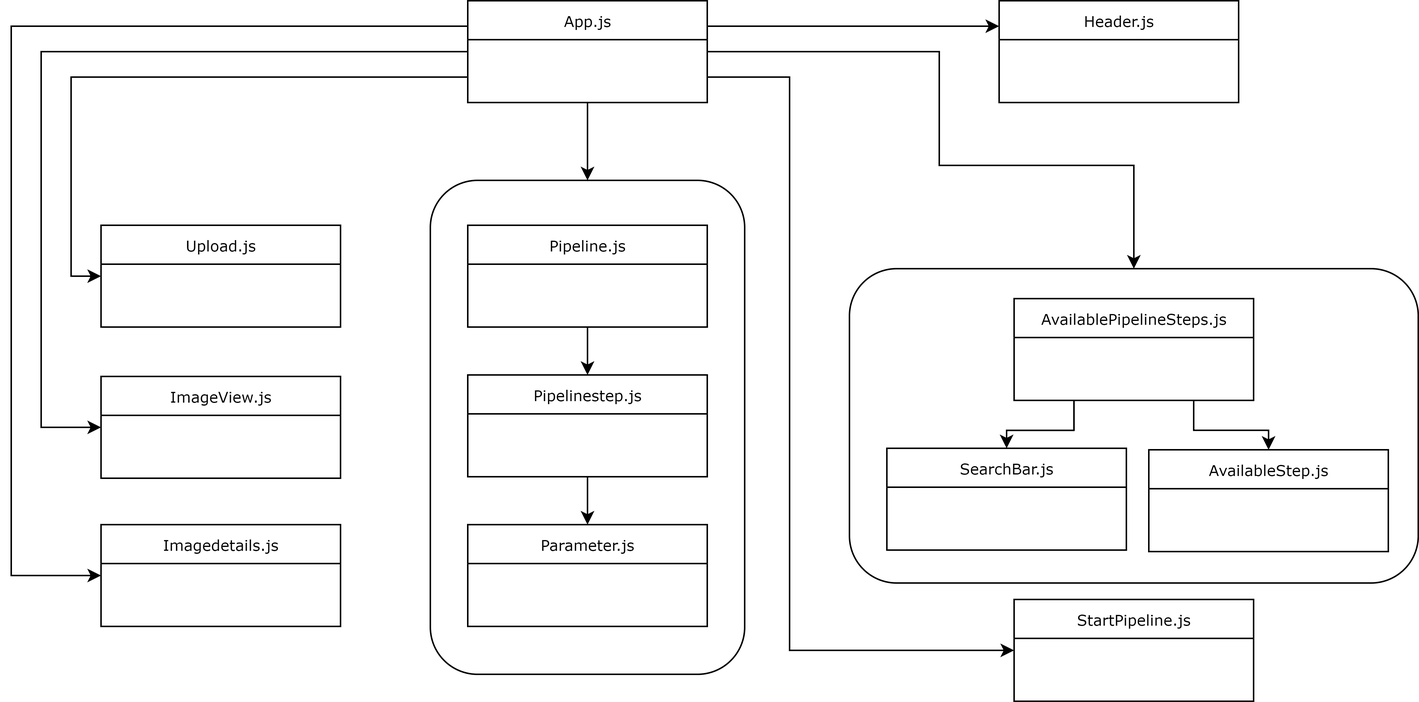
The draw.io diagram sys-doc/tech_rep/Bilder/FrontendBDCC.drawio.png in cyberlytics/CompVisPipeline, before a commit. Source tidied: cells renumbered, new cells last; positions are measured from the earlier drawing's top-left corner, leaving out a move shared by most shapes. Its diagram source:
```xml
<mxGraphModel>
  <root>
    <mxCell id="0" />
    <mxCell id="1" parent="0" />
    <mxCell id="2" style="edgeStyle=orthogonalEdgeStyle;rounded=0;jettySize=auto;html=1;exitX=1;exitY=0.25;exitDx=0;exitDy=0;entryX=0;entryY=0.25;entryDx=0;entryDy=0;" parent="1" edge="1" source="9" target="10">
      <mxGeometry relative="1" as="geometry" />
    </mxCell>
    <mxCell id="3" style="edgeStyle=orthogonalEdgeStyle;rounded=0;jettySize=auto;html=1;exitX=0;exitY=0.75;exitDx=0;exitDy=0;entryX=0;entryY=0.5;entryDx=0;entryDy=0;" parent="1" edge="1" source="9" target="11">
      <mxGeometry relative="1" as="geometry" />
    </mxCell>
    <mxCell id="4" style="edgeStyle=orthogonalEdgeStyle;rounded=0;jettySize=auto;html=1;exitX=0;exitY=0.5;exitDx=0;exitDy=0;entryX=0;entryY=0.5;entryDx=0;entryDy=0;" parent="1" edge="1" source="9" target="13">
      <mxGeometry relative="1" as="geometry">
        <Array as="points">
          <mxPoint x="20" y="34" />
          <mxPoint x="20" y="285" />
        </Array>
      </mxGeometry>
    </mxCell>
    <mxCell id="5" style="edgeStyle=orthogonalEdgeStyle;rounded=0;jettySize=auto;html=1;exitX=0;exitY=0.25;exitDx=0;exitDy=0;entryX=0;entryY=0.5;entryDx=0;entryDy=0;" parent="1" edge="1" source="9" target="12">
      <mxGeometry relative="1" as="geometry">
        <Array as="points">
          <mxPoint y="17" />
          <mxPoint y="384" />
        </Array>
      </mxGeometry>
    </mxCell>
    <mxCell id="6" style="edgeStyle=orthogonalEdgeStyle;rounded=0;jettySize=auto;html=1;exitX=0.5;exitY=1;exitDx=0;exitDy=0;entryX=0.5;entryY=0;entryDx=0;entryDy=0;" parent="1" edge="1" source="9" target="14">
      <mxGeometry relative="1" as="geometry" />
    </mxCell>
    <mxCell id="7" style="edgeStyle=orthogonalEdgeStyle;rounded=0;jettySize=auto;html=1;exitX=1;exitY=0.5;exitDx=0;exitDy=0;entryX=0.5;entryY=0;entryDx=0;entryDy=0;" parent="1" edge="1" source="9" target="21">
      <mxGeometry relative="1" as="geometry">
        <Array as="points">
          <mxPoint x="620" y="34" />
          <mxPoint x="620" y="110" />
          <mxPoint x="750" y="110" />
        </Array>
      </mxGeometry>
    </mxCell>
    <mxCell id="8" style="edgeStyle=orthogonalEdgeStyle;rounded=0;jettySize=auto;html=1;exitX=1;exitY=0.75;exitDx=0;exitDy=0;entryX=0;entryY=0.5;entryDx=0;entryDy=0;" parent="1" edge="1" source="9" target="20">
      <mxGeometry relative="1" as="geometry">
        <Array as="points">
          <mxPoint x="520" y="51" />
          <mxPoint x="520" y="434" />
        </Array>
      </mxGeometry>
    </mxCell>
    <mxCell id="9" value="App.js" style="swimlane;html=1;fontStyle=0;horizontal=1;startSize=26;fillColor=none;swimlaneFillColor=#ffffff;rounded=0;shadow=0;comic=0;labelBackgroundColor=none;strokeWidth=1;fontFamily=Verdana;fontSize=10;align=center;" parent="1" vertex="1">
      <mxGeometry x="305" width="160" height="68" as="geometry" />
    </mxCell>
    <mxCell id="10" value="Header.js" style="swimlane;html=1;fontStyle=0;horizontal=1;startSize=26;fillColor=none;swimlaneFillColor=#ffffff;rounded=0;shadow=0;comic=0;labelBackgroundColor=none;strokeWidth=1;fontFamily=Verdana;fontSize=10;align=center;" parent="1" vertex="1">
      <mxGeometry x="660" width="160" height="68" as="geometry" />
    </mxCell>
    <mxCell id="11" value="Upload.js" style="swimlane;html=1;fontStyle=0;horizontal=1;startSize=26;fillColor=none;swimlaneFillColor=#ffffff;rounded=0;shadow=0;comic=0;labelBackgroundColor=none;strokeWidth=1;fontFamily=Verdana;fontSize=10;align=center;" parent="1" vertex="1">
      <mxGeometry x="60" y="150" width="160" height="68" as="geometry" />
    </mxCell>
    <mxCell id="12" value="Imagedetails.js" style="swimlane;html=1;fontStyle=0;horizontal=1;startSize=26;fillColor=none;swimlaneFillColor=#ffffff;rounded=0;shadow=0;comic=0;labelBackgroundColor=none;strokeWidth=1;fontFamily=Verdana;fontSize=10;align=center;" parent="1" vertex="1">
      <mxGeometry x="60" y="350" width="160" height="68" as="geometry" />
    </mxCell>
    <mxCell id="13" value="ImageView.js" style="swimlane;html=1;fontStyle=0;horizontal=1;startSize=26;fillColor=none;swimlaneFillColor=#ffffff;rounded=0;shadow=0;comic=0;labelBackgroundColor=none;strokeWidth=1;fontFamily=Verdana;fontSize=10;align=center;" parent="1" vertex="1">
      <mxGeometry x="60" y="251" width="160" height="68" as="geometry" />
    </mxCell>
    <mxCell id="14" style="rounded=1;whiteSpace=wrap;html=1;" parent="1" vertex="1">
      <mxGeometry x="280" y="120" width="210" height="330" as="geometry" />
    </mxCell>
    <mxCell id="15" style="edgeStyle=orthogonalEdgeStyle;rounded=0;jettySize=auto;html=1;exitX=0.5;exitY=1;exitDx=0;exitDy=0;entryX=0.5;entryY=0;entryDx=0;entryDy=0;" parent="1" edge="1" source="16" target="19">
      <mxGeometry relative="1" as="geometry" />
    </mxCell>
    <mxCell id="16" value="Pipeline.js" style="swimlane;html=1;fontStyle=0;horizontal=1;startSize=26;fillColor=none;swimlaneFillColor=#ffffff;rounded=0;shadow=0;comic=0;labelBackgroundColor=none;strokeWidth=1;fontFamily=Verdana;fontSize=10;align=center;" parent="1" vertex="1">
      <mxGeometry x="305" y="150" width="160" height="68" as="geometry" />
    </mxCell>
    <mxCell id="17" value="Parameter.js" style="swimlane;html=1;fontStyle=0;horizontal=1;startSize=26;fillColor=none;swimlaneFillColor=#ffffff;rounded=0;shadow=0;comic=0;labelBackgroundColor=none;strokeWidth=1;fontFamily=Verdana;fontSize=10;align=center;" parent="1" vertex="1">
      <mxGeometry x="305" y="350" width="160" height="68" as="geometry" />
    </mxCell>
    <mxCell id="18" style="edgeStyle=orthogonalEdgeStyle;rounded=0;jettySize=auto;html=1;exitX=0.5;exitY=1;exitDx=0;exitDy=0;entryX=0.5;entryY=0;entryDx=0;entryDy=0;" parent="1" edge="1" source="19" target="17">
      <mxGeometry relative="1" as="geometry" />
    </mxCell>
    <mxCell id="19" value="Pipelinestep.js" style="swimlane;html=1;fontStyle=0;horizontal=1;startSize=26;fillColor=none;swimlaneFillColor=#ffffff;rounded=0;shadow=0;comic=0;labelBackgroundColor=none;strokeWidth=1;fontFamily=Verdana;fontSize=10;align=center;" parent="1" vertex="1">
      <mxGeometry x="305" y="250" width="160" height="68" as="geometry" />
    </mxCell>
    <mxCell id="20" value="StartPipeline.js" style="swimlane;html=1;fontStyle=0;horizontal=1;startSize=26;fillColor=none;swimlaneFillColor=#ffffff;rounded=0;shadow=0;comic=0;labelBackgroundColor=none;strokeWidth=1;fontFamily=Verdana;fontSize=10;align=center;" parent="1" vertex="1">
      <mxGeometry x="670" y="400" width="160" height="68" as="geometry" />
    </mxCell>
    <mxCell id="21" style="rounded=1;whiteSpace=wrap;html=1;" parent="1" vertex="1">
      <mxGeometry x="560" y="179" width="380" height="210" as="geometry" />
    </mxCell>
    <mxCell id="22" style="edgeStyle=orthogonalEdgeStyle;rounded=0;jettySize=auto;html=1;exitX=0.25;exitY=1;exitDx=0;exitDy=0;entryX=0.5;entryY=0;entryDx=0;entryDy=0;" parent="1" edge="1" source="24" target="26">
      <mxGeometry relative="1" as="geometry" />
    </mxCell>
    <mxCell id="23" style="edgeStyle=orthogonalEdgeStyle;rounded=0;jettySize=auto;html=1;exitX=0.75;exitY=1;exitDx=0;exitDy=0;entryX=0.5;entryY=0;entryDx=0;entryDy=0;" parent="1" edge="1" source="24" target="25">
      <mxGeometry relative="1" as="geometry" />
    </mxCell>
    <mxCell id="24" value="AvailablePipelineSteps.js" style="swimlane;html=1;fontStyle=0;horizontal=1;startSize=26;fillColor=none;swimlaneFillColor=#ffffff;rounded=0;shadow=0;comic=0;labelBackgroundColor=none;strokeWidth=1;fontFamily=Verdana;fontSize=10;align=center;" parent="1" vertex="1">
      <mxGeometry x="670" y="199" width="160" height="68" as="geometry" />
    </mxCell>
    <mxCell id="25" value="AvailableStep.js" style="swimlane;html=1;fontStyle=0;horizontal=1;startSize=26;fillColor=none;swimlaneFillColor=#ffffff;rounded=0;shadow=0;comic=0;labelBackgroundColor=none;strokeWidth=1;fontFamily=Verdana;fontSize=10;align=center;" parent="1" vertex="1">
      <mxGeometry x="760" y="300" width="160" height="68" as="geometry" />
    </mxCell>
    <mxCell id="26" value="SearchBar.js" style="swimlane;html=1;fontStyle=0;horizontal=1;startSize=26;fillColor=none;swimlaneFillColor=#ffffff;rounded=0;shadow=0;comic=0;labelBackgroundColor=none;strokeWidth=1;fontFamily=Verdana;fontSize=10;align=center;" parent="1" vertex="1">
      <mxGeometry x="585" y="299" width="160" height="68" as="geometry" />
    </mxCell>
  </root>
</mxGraphModel>
```
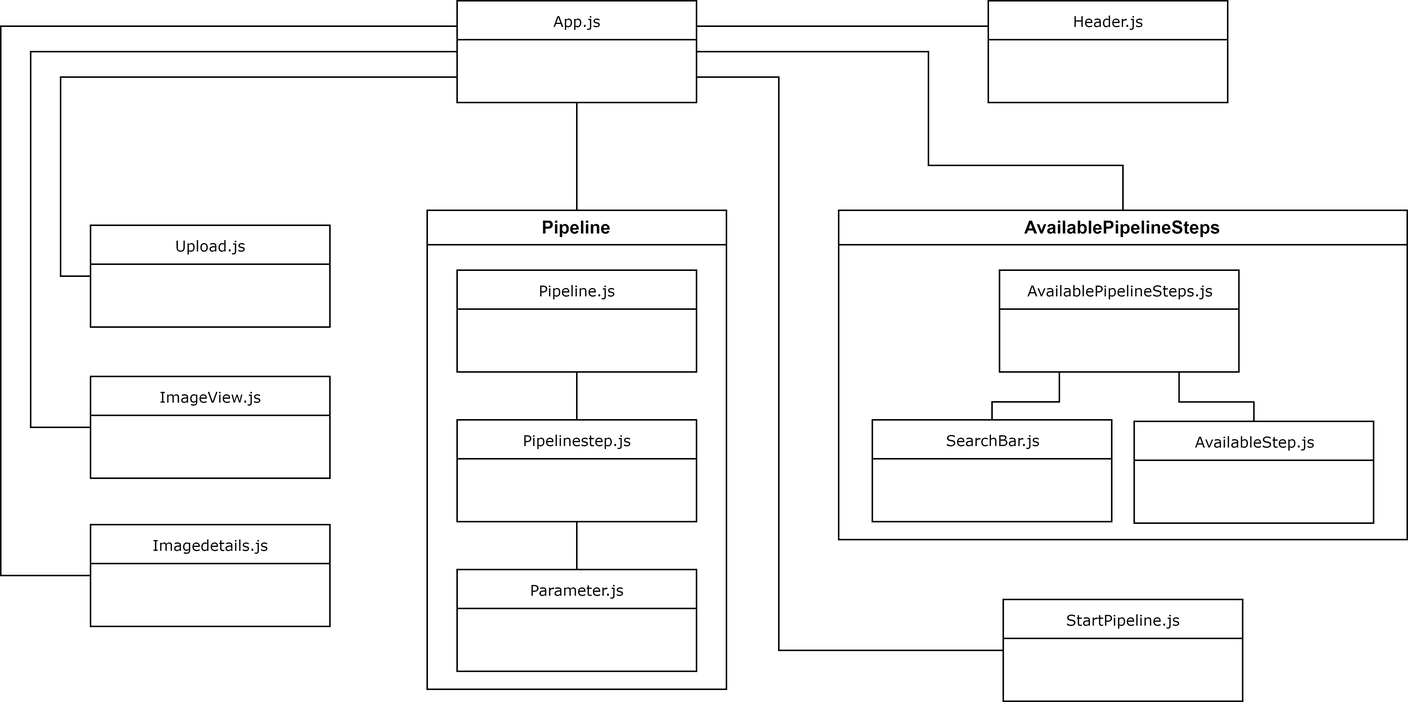
After the commit.

Commit message:
frontend diagramm ueberarbeitet

Diff of the diagram source:
```diff
@@ -2,13 +2,13 @@
   <root>
     <mxCell id="0" />
     <mxCell id="1" parent="0" />
-    <mxCell id="2" style="edgeStyle=orthogonalEdgeStyle;rounded=0;jettySize=auto;html=1;exitX=1;exitY=0.25;exitDx=0;exitDy=0;entryX=0;entryY=0.25;entryDx=0;entryDy=0;" parent="1" edge="1" source="9" target="10">
+    <mxCell id="2" style="edgeStyle=orthogonalEdgeStyle;rounded=0;jettySize=auto;html=1;exitX=1;exitY=0.25;exitDx=0;exitDy=0;entryX=0;entryY=0.25;entryDx=0;entryDy=0;endArrow=none;endFill=0;" parent="1" edge="1" source="9" target="10">
       <mxGeometry relative="1" as="geometry" />
     </mxCell>
-    <mxCell id="3" style="edgeStyle=orthogonalEdgeStyle;rounded=0;jettySize=auto;html=1;exitX=0;exitY=0.75;exitDx=0;exitDy=0;entryX=0;entryY=0.5;entryDx=0;entryDy=0;" parent="1" edge="1" source="9" target="11">
+    <mxCell id="3" style="edgeStyle=orthogonalEdgeStyle;rounded=0;jettySize=auto;html=1;exitX=0;exitY=0.75;exitDx=0;exitDy=0;entryX=0;entryY=0.5;entryDx=0;entryDy=0;endArrow=none;endFill=0;" parent="1" edge="1" source="9" target="11">
       <mxGeometry relative="1" as="geometry" />
     </mxCell>
-    <mxCell id="4" style="edgeStyle=orthogonalEdgeStyle;rounded=0;jettySize=auto;html=1;exitX=0;exitY=0.5;exitDx=0;exitDy=0;entryX=0;entryY=0.5;entryDx=0;entryDy=0;" parent="1" edge="1" source="9" target="13">
+    <mxCell id="4" style="edgeStyle=orthogonalEdgeStyle;rounded=0;jettySize=auto;html=1;exitX=0;exitY=0.5;exitDx=0;exitDy=0;entryX=0;entryY=0.5;entryDx=0;entryDy=0;endArrow=none;endFill=0;" parent="1" edge="1" source="9" target="13">
       <mxGeometry relative="1" as="geometry">
         <Array as="points">
           <mxPoint x="20" y="34" />
@@ -16,7 +16,7 @@
         </Array>
       </mxGeometry>
     </mxCell>
-    <mxCell id="5" style="edgeStyle=orthogonalEdgeStyle;rounded=0;jettySize=auto;html=1;exitX=0;exitY=0.25;exitDx=0;exitDy=0;entryX=0;entryY=0.5;entryDx=0;entryDy=0;" parent="1" edge="1" source="9" target="12">
+    <mxCell id="5" style="edgeStyle=orthogonalEdgeStyle;rounded=0;jettySize=auto;html=1;exitX=0;exitY=0.25;exitDx=0;exitDy=0;entryX=0;entryY=0.5;entryDx=0;entryDy=0;endArrow=none;endFill=0;" parent="1" edge="1" source="9" target="12">
       <mxGeometry relative="1" as="geometry">
         <Array as="points">
           <mxPoint y="17" />
@@ -24,11 +24,12 @@
         </Array>
       </mxGeometry>
     </mxCell>
-    <mxCell id="6" style="edgeStyle=orthogonalEdgeStyle;rounded=0;jettySize=auto;html=1;exitX=0.5;exitY=1;exitDx=0;exitDy=0;entryX=0.5;entryY=0;entryDx=0;entryDy=0;" parent="1" edge="1" source="9" target="14">
+    <mxCell id="6" style="edgeStyle=orthogonalEdgeStyle;rounded=0;jettySize=auto;html=1;exitX=0.5;exitY=1;exitDx=0;exitDy=0;entryX=0.5;entryY=0;entryDx=0;entryDy=0;endArrow=none;endFill=0;" parent="1" edge="1" source="9" target="27">
       <mxGeometry relative="1" as="geometry" />
     </mxCell>
-    <mxCell id="7" style="edgeStyle=orthogonalEdgeStyle;rounded=0;jettySize=auto;html=1;exitX=1;exitY=0.5;exitDx=0;exitDy=0;entryX=0.5;entryY=0;entryDx=0;entryDy=0;" parent="1" edge="1" source="9" target="21">
+    <mxCell id="7" style="edgeStyle=orthogonalEdgeStyle;rounded=0;jettySize=auto;html=1;exitX=1;exitY=0.5;exitDx=0;exitDy=0;endArrow=none;endFill=0;" parent="1" edge="1" source="9">
       <mxGeometry relative="1" as="geometry">
+        <mxPoint x="750" y="140" as="targetPoint" />
         <Array as="points">
           <mxPoint x="620" y="34" />
           <mxPoint x="620" y="110" />
@@ -36,7 +37,7 @@
         </Array>
       </mxGeometry>
     </mxCell>
-    <mxCell id="8" style="edgeStyle=orthogonalEdgeStyle;rounded=0;jettySize=auto;html=1;exitX=1;exitY=0.75;exitDx=0;exitDy=0;entryX=0;entryY=0.5;entryDx=0;entryDy=0;" parent="1" edge="1" source="9" target="20">
+    <mxCell id="8" style="edgeStyle=orthogonalEdgeStyle;rounded=0;jettySize=auto;html=1;exitX=1;exitY=0.75;exitDx=0;exitDy=0;entryX=0;entryY=0.5;entryDx=0;entryDy=0;endArrow=none;endFill=0;" parent="1" edge="1" source="9" target="20">
       <mxGeometry relative="1" as="geometry">
         <Array as="points">
           <mxPoint x="520" y="51" />
@@ -59,44 +60,49 @@
     <mxCell id="13" value="ImageView.js" style="swimlane;html=1;fontStyle=0;horizontal=1;startSize=26;fillColor=none;swimlaneFillColor=#ffffff;rounded=0;shadow=0;comic=0;labelBackgroundColor=none;strokeWidth=1;fontFamily=Verdana;fontSize=10;align=center;" parent="1" vertex="1">
       <mxGeometry x="60" y="251" width="160" height="68" as="geometry" />
     </mxCell>
-    <mxCell id="14" style="rounded=1;whiteSpace=wrap;html=1;" parent="1" vertex="1">
-      <mxGeometry x="280" y="120" width="210" height="330" as="geometry" />
-    </mxCell>
-    <mxCell id="15" style="edgeStyle=orthogonalEdgeStyle;rounded=0;jettySize=auto;html=1;exitX=0.5;exitY=1;exitDx=0;exitDy=0;entryX=0.5;entryY=0;entryDx=0;entryDy=0;" parent="1" edge="1" source="16" target="19">
-      <mxGeometry relative="1" as="geometry" />
-    </mxCell>
+    <mxCell id="20" value="StartPipeline.js" style="swimlane;html=1;fontStyle=0;horizontal=1;startSize=26;fillColor=none;swimlaneFillColor=#ffffff;rounded=0;shadow=0;comic=0;labelBackgroundColor=none;strokeWidth=1;fontFamily=Verdana;fontSize=10;align=center;" parent="1" vertex="1">
+      <mxGeometry x="670" y="400" width="160" height="68" as="geometry" />
+    </mxCell>
+    <mxCell id="27" value="Pipeline" style="swimlane;whiteSpace=wrap;html=1;startSize=23;" parent="1" vertex="1">
+      <mxGeometry x="285" y="140" width="200" height="320" as="geometry" />
+    </mxCell>
-    <mxCell id="16" value="Pipeline.js" style="swimlane;html=1;fontStyle=0;horizontal=1;startSize=26;fillColor=none;swimlaneFillColor=#ffffff;rounded=0;shadow=0;comic=0;labelBackgroundColor=none;strokeWidth=1;fontFamily=Verdana;fontSize=10;align=center;" parent="1" vertex="1">
-      <mxGeometry x="305" y="150" width="160" height="68" as="geometry" />
+    <mxCell id="16" value="Pipeline.js" style="swimlane;html=1;fontStyle=0;horizontal=1;startSize=26;fillColor=none;swimlaneFillColor=#ffffff;rounded=0;shadow=0;comic=0;labelBackgroundColor=none;strokeWidth=1;fontFamily=Verdana;fontSize=10;align=center;" parent="27" vertex="1">
+      <mxGeometry x="20" y="40" width="160" height="68" as="geometry" />
     </mxCell>
-    <mxCell id="17" value="Parameter.js" style="swimlane;html=1;fontStyle=0;horizontal=1;startSize=26;fillColor=none;swimlaneFillColor=#ffffff;rounded=0;shadow=0;comic=0;labelBackgroundColor=none;strokeWidth=1;fontFamily=Verdana;fontSize=10;align=center;" parent="1" vertex="1">
-      <mxGeometry x="305" y="350" width="160" height="68" as="geometry" />
+    <mxCell id="17" value="Parameter.js" style="swimlane;html=1;fontStyle=0;horizontal=1;startSize=26;fillColor=none;swimlaneFillColor=#ffffff;rounded=0;shadow=0;comic=0;labelBackgroundColor=none;strokeWidth=1;fontFamily=Verdana;fontSize=10;align=center;" parent="27" vertex="1">
+      <mxGeometry x="20" y="240" width="160" height="68" as="geometry" />
     </mxCell>
-    <mxCell id="18" style="edgeStyle=orthogonalEdgeStyle;rounded=0;jettySize=auto;html=1;exitX=0.5;exitY=1;exitDx=0;exitDy=0;entryX=0.5;entryY=0;entryDx=0;entryDy=0;" parent="1" edge="1" source="19" target="17">
+    <mxCell id="18" style="edgeStyle=orthogonalEdgeStyle;rounded=0;jettySize=auto;html=1;exitX=0.5;exitY=1;exitDx=0;exitDy=0;entryX=0.5;entryY=0;entryDx=0;entryDy=0;endArrow=none;endFill=0;" parent="27" edge="1" source="19" target="17">
       <mxGeometry relative="1" as="geometry" />
     </mxCell>
-    <mxCell id="19" value="Pipelinestep.js" style="swimlane;html=1;fontStyle=0;horizontal=1;startSize=26;fillColor=none;swimlaneFillColor=#ffffff;rounded=0;shadow=0;comic=0;labelBackgroundColor=none;strokeWidth=1;fontFamily=Verdana;fontSize=10;align=center;" parent="1" vertex="1">
-      <mxGeometry x="305" y="250" width="160" height="68" as="geometry" />
+    <mxCell id="19" value="Pipelinestep.js" style="swimlane;html=1;fontStyle=0;horizontal=1;startSize=26;fillColor=none;swimlaneFillColor=#ffffff;rounded=0;shadow=0;comic=0;labelBackgroundColor=none;strokeWidth=1;fontFamily=Verdana;fontSize=10;align=center;" parent="27" vertex="1">
+      <mxGeometry x="20" y="140" width="160" height="68" as="geometry" />
     </mxCell>
-    <mxCell id="20" value="StartPipeline.js" style="swimlane;html=1;fontStyle=0;horizontal=1;startSize=26;fillColor=none;swimlaneFillColor=#ffffff;rounded=0;shadow=0;comic=0;labelBackgroundColor=none;strokeWidth=1;fontFamily=Verdana;fontSize=10;align=center;" parent="1" vertex="1">
-      <mxGeometry x="670" y="400" width="160" height="68" as="geometry" />
-    </mxCell>
-    <mxCell id="21" style="rounded=1;whiteSpace=wrap;html=1;" parent="1" vertex="1">
-      <mxGeometry x="560" y="179" width="380" height="210" as="geometry" />
-    </mxCell>
-    <mxCell id="22" style="edgeStyle=orthogonalEdgeStyle;rounded=0;jettySize=auto;html=1;exitX=0.25;exitY=1;exitDx=0;exitDy=0;entryX=0.5;entryY=0;entryDx=0;entryDy=0;" parent="1" edge="1" source="24" target="26">
-      <mxGeometry relative="1" as="geometry" />
-    </mxCell>
-    <mxCell id="23" style="edgeStyle=orthogonalEdgeStyle;rounded=0;jettySize=auto;html=1;exitX=0.75;exitY=1;exitDx=0;exitDy=0;entryX=0.5;entryY=0;entryDx=0;entryDy=0;" parent="1" edge="1" source="24" target="25">
-      <mxGeometry relative="1" as="geometry" />
-    </mxCell>
+    <mxCell id="15" style="edgeStyle=orthogonalEdgeStyle;rounded=0;jettySize=auto;html=1;exitX=0.5;exitY=1;exitDx=0;exitDy=0;entryX=0.5;entryY=0;entryDx=0;entryDy=0;endArrow=none;endFill=0;" parent="27" edge="1" source="16" target="19">
+      <mxGeometry relative="1" as="geometry" />
+    </mxCell>
+    <mxCell id="28" style="edgeStyle=orthogonalEdgeStyle;rounded=0;jettySize=auto;html=1;exitX=0.5;exitY=1;exitDx=0;exitDy=0;" parent="1" edge="1" source="29">
+      <mxGeometry relative="1" as="geometry">
+        <mxPoint x="750" y="360.2" as="targetPoint" />
+      </mxGeometry>
+    </mxCell>
+    <mxCell id="29" value="AvailablePipelineSteps" style="swimlane;whiteSpace=wrap;html=1;" parent="1" vertex="1">
+      <mxGeometry x="560" y="140" width="380" height="220" as="geometry" />
+    </mxCell>
-    <mxCell id="24" value="AvailablePipelineSteps.js" style="swimlane;html=1;fontStyle=0;horizontal=1;startSize=26;fillColor=none;swimlaneFillColor=#ffffff;rounded=0;shadow=0;comic=0;labelBackgroundColor=none;strokeWidth=1;fontFamily=Verdana;fontSize=10;align=center;" parent="1" vertex="1">
-      <mxGeometry x="670" y="199" width="160" height="68" as="geometry" />
+    <mxCell id="24" value="AvailablePipelineSteps.js" style="swimlane;html=1;fontStyle=0;horizontal=1;startSize=26;fillColor=none;swimlaneFillColor=#ffffff;rounded=0;shadow=0;comic=0;labelBackgroundColor=none;strokeWidth=1;fontFamily=Verdana;fontSize=10;align=center;" parent="29" vertex="1">
+      <mxGeometry x="107.5" y="40" width="160" height="68" as="geometry" />
     </mxCell>
-    <mxCell id="25" value="AvailableStep.js" style="swimlane;html=1;fontStyle=0;horizontal=1;startSize=26;fillColor=none;swimlaneFillColor=#ffffff;rounded=0;shadow=0;comic=0;labelBackgroundColor=none;strokeWidth=1;fontFamily=Verdana;fontSize=10;align=center;" parent="1" vertex="1">
-      <mxGeometry x="760" y="300" width="160" height="68" as="geometry" />
+    <mxCell id="25" value="AvailableStep.js" style="swimlane;html=1;fontStyle=0;horizontal=1;startSize=26;fillColor=none;swimlaneFillColor=#ffffff;rounded=0;shadow=0;comic=0;labelBackgroundColor=none;strokeWidth=1;fontFamily=Verdana;fontSize=10;align=center;" parent="29" vertex="1">
+      <mxGeometry x="197.5" y="141" width="160" height="68" as="geometry" />
     </mxCell>
+    <mxCell id="23" style="edgeStyle=orthogonalEdgeStyle;rounded=0;jettySize=auto;html=1;exitX=0.75;exitY=1;exitDx=0;exitDy=0;entryX=0.5;entryY=0;entryDx=0;entryDy=0;endArrow=none;endFill=0;" parent="29" edge="1" source="24" target="25">
+      <mxGeometry relative="1" as="geometry" />
+    </mxCell>
-    <mxCell id="26" value="SearchBar.js" style="swimlane;html=1;fontStyle=0;horizontal=1;startSize=26;fillColor=none;swimlaneFillColor=#ffffff;rounded=0;shadow=0;comic=0;labelBackgroundColor=none;strokeWidth=1;fontFamily=Verdana;fontSize=10;align=center;" parent="1" vertex="1">
-      <mxGeometry x="585" y="299" width="160" height="68" as="geometry" />
+    <mxCell id="26" value="SearchBar.js" style="swimlane;html=1;fontStyle=0;horizontal=1;startSize=26;fillColor=none;swimlaneFillColor=#ffffff;rounded=0;shadow=0;comic=0;labelBackgroundColor=none;strokeWidth=1;fontFamily=Verdana;fontSize=10;align=center;" parent="29" vertex="1">
+      <mxGeometry x="22.5" y="140" width="160" height="68" as="geometry" />
     </mxCell>
+    <mxCell id="22" style="edgeStyle=orthogonalEdgeStyle;rounded=0;jettySize=auto;html=1;exitX=0.25;exitY=1;exitDx=0;exitDy=0;entryX=0.5;entryY=0;entryDx=0;entryDy=0;endArrow=none;endFill=0;" parent="29" edge="1" source="24" target="26">
+      <mxGeometry relative="1" as="geometry" />
+    </mxCell>
   </root>
 </mxGraphModel>
```
